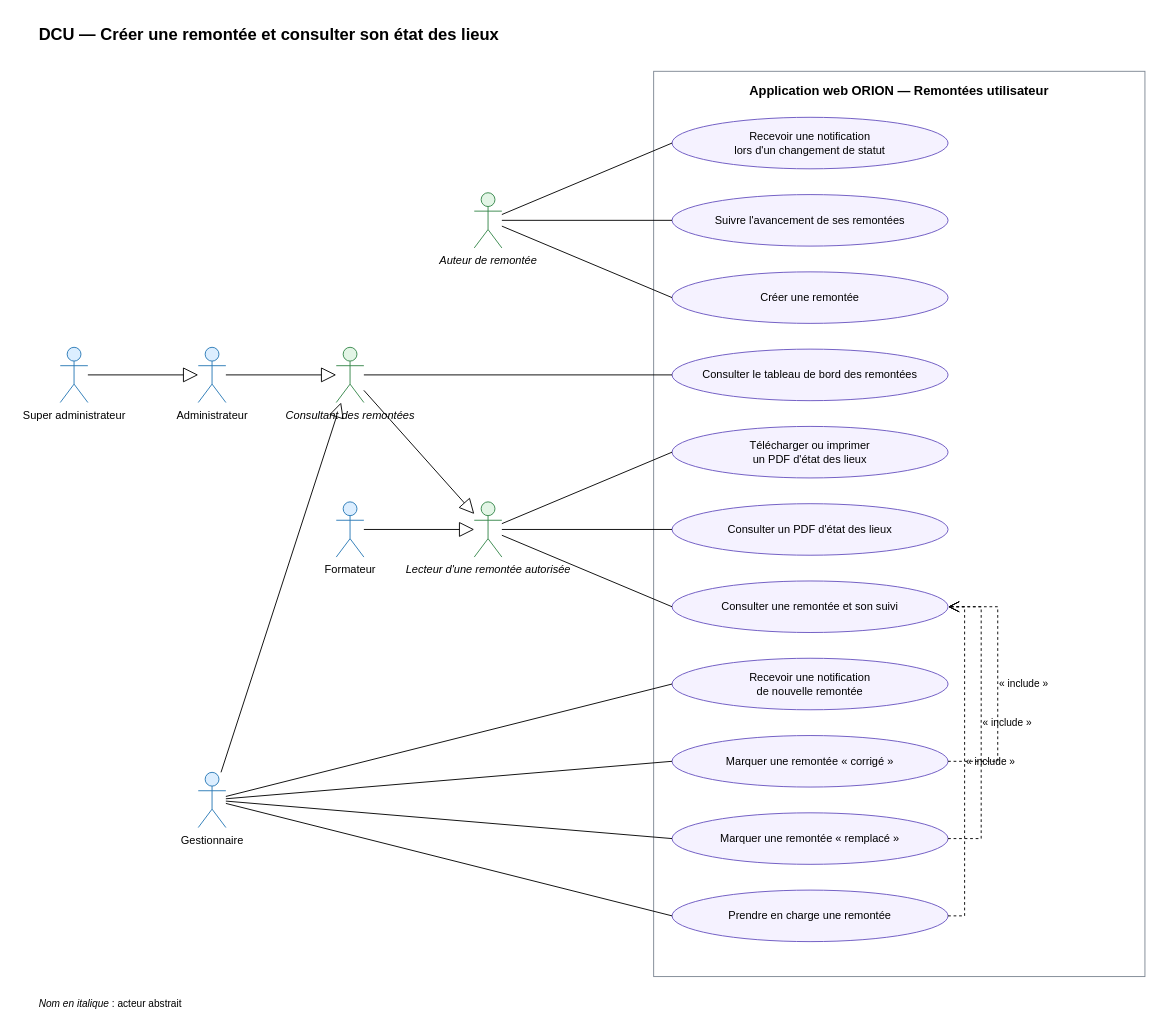
The draw.io diagram docs/02-ANALYSE/02-CAPTURE-DES-BESOINS/06-DCU-REMONTEES-UTILISATEUR.drawio in bpierrelouis/aster, before the edit. Source tidied: cells renumbered, new cells numbered last; positions are measured from the earlier drawing's top-left corner, leaving out a move shared by most shapes. Both pictures are drawn from the tidied source at 92%, with x=0, y=0 at pixel (37, 20).
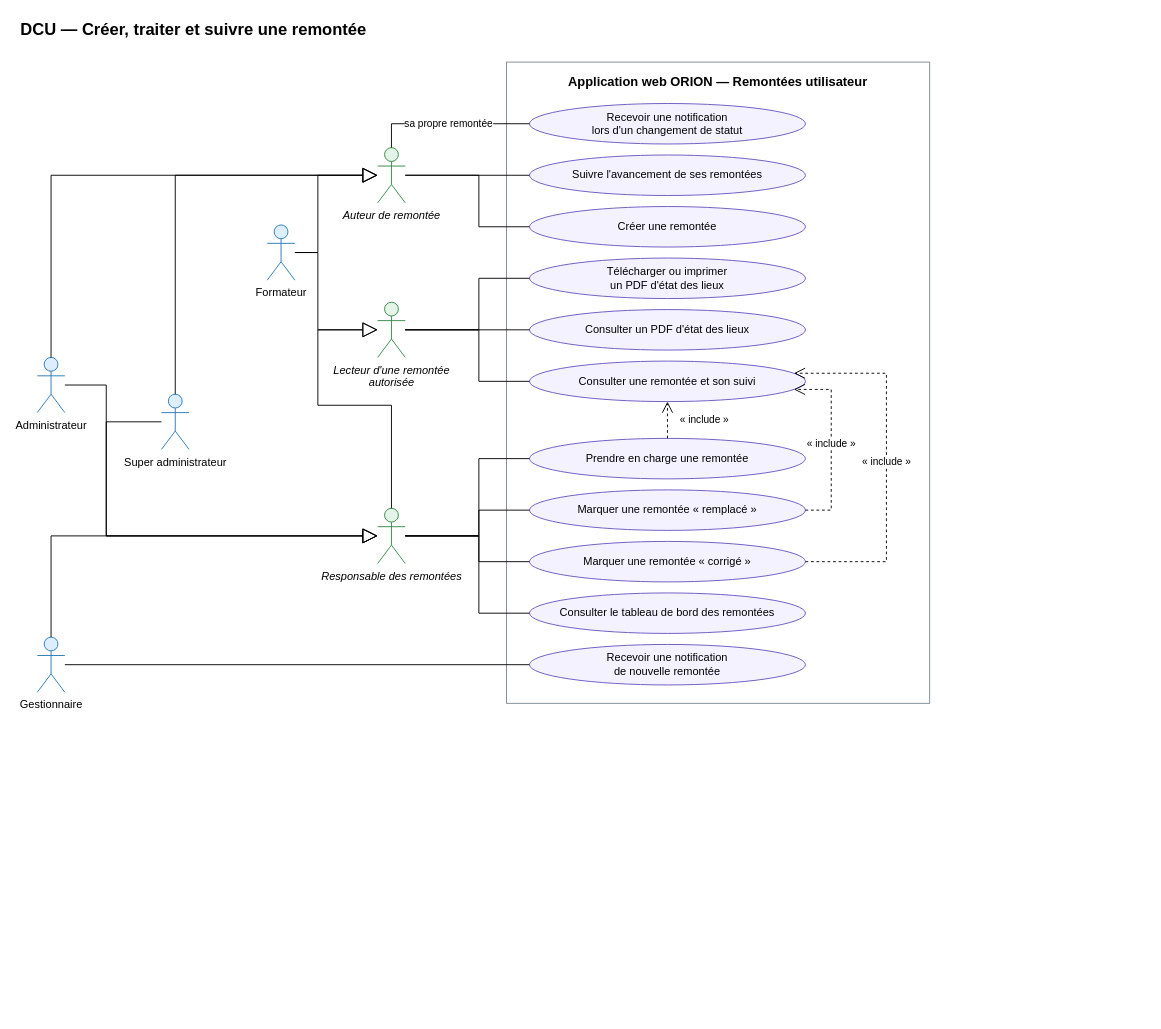
The same diagram, later.

The edit, as a diff of the source:
```diff
@@
-    <mxCell id="2" value="DCU — Créer une remontée et consulter son état des lieux" style="text;html=1;align=left;verticalAlign=middle;strokeColor=none;fillColor=none;fontSize=18;fontStyle=1;" parent="1" vertex="1">
-      <mxGeometry width="616" height="30" as="geometry" />
+    <mxCell id="2" value="DCU — Créer, traiter et suivre une remontée" style="text;html=1;align=left;verticalAlign=middle;strokeColor=none;fillColor=none;fontSize=18;fontStyle=1;" parent="1" vertex="1">
+      <mxGeometry x="-20" y="-5" width="700" height="30" as="geometry" />
     </mxCell>
     <mxCell id="3" value="Application web ORION — Remontées utilisateur" style="rounded=0;whiteSpace=wrap;html=1;verticalAlign=top;fontStyle=1;fontSize=14;fillColor=none;strokeColor=#7D8793;spacingTop=6;" parent="1" vertex="1">
-      <mxGeometry x="670" y="55" width="534" height="984" as="geometry" />
+      <mxGeometry x="510" y="45" width="460" height="697" as="geometry" />
     </mxCell>
+    <mxCell id="13" value="Recevoir une notification&lt;br&gt;lors d'un changement de statut" style="ellipse;whiteSpace=wrap;html=1;fontSize=12;fillColor=#F5F2FF;strokeColor=#6954C0;" parent="3" vertex="1">
+      <mxGeometry x="25" y="45" width="300" height="44" as="geometry" />
+    </mxCell>
+    <mxCell id="5" value="Suivre l'avancement de ses remontées" style="ellipse;whiteSpace=wrap;html=1;fontSize=12;fillColor=#F5F2FF;strokeColor=#6954C0;" parent="3" vertex="1">
+      <mxGeometry x="25" y="101" width="300" height="44" as="geometry" />
+    </mxCell>
     <mxCell id="4" value="Créer une remontée" style="ellipse;whiteSpace=wrap;html=1;fontSize=12;fillColor=#F5F2FF;strokeColor=#6954C0;" parent="3" vertex="1">
-      <mxGeometry x="20" y="218" width="300" height="56" as="geometry" />
+      <mxGeometry x="25" y="157" width="300" height="44" as="geometry" />
     </mxCell>
-    <mxCell id="5" value="Suivre l'avancement de ses remontées" style="ellipse;whiteSpace=wrap;html=1;fontSize=12;fillColor=#F5F2FF;strokeColor=#6954C0;" parent="3" vertex="1">
-      <mxGeometry x="20" y="134" width="300" height="56" as="geometry" />
-    </mxCell>
+    <mxCell id="8" value="Télécharger ou imprimer&lt;br&gt;un PDF d'état des lieux" style="ellipse;whiteSpace=wrap;html=1;fontSize=12;fillColor=#F5F2FF;strokeColor=#6954C0;" parent="3" vertex="1">
+      <mxGeometry x="25" y="213" width="300" height="44" as="geometry" />
+    </mxCell>
+    <mxCell id="7" value="Consulter un PDF d'état des lieux" style="ellipse;whiteSpace=wrap;html=1;fontSize=12;fillColor=#F5F2FF;strokeColor=#6954C0;" parent="3" vertex="1">
+      <mxGeometry x="25" y="269" width="300" height="44" as="geometry" />
+    </mxCell>
     <mxCell id="6" value="Consulter une remontée et son suivi" style="ellipse;whiteSpace=wrap;html=1;fontSize=12;fillColor=#F5F2FF;strokeColor=#6954C0;" parent="3" vertex="1">
-      <mxGeometry x="20" y="554" width="300" height="56" as="geometry" />
+      <mxGeometry x="25" y="325" width="300" height="44" as="geometry" />
     </mxCell>
-    <mxCell id="7" value="Consulter un PDF d'état des lieux" style="ellipse;whiteSpace=wrap;html=1;fontSize=12;fillColor=#F5F2FF;strokeColor=#6954C0;" parent="3" vertex="1">
-      <mxGeometry x="20" y="470" width="300" height="56" as="geometry" />
-    </mxCell>
-    <mxCell id="8" value="Télécharger ou imprimer&lt;br&gt;un PDF d'état des lieux" style="ellipse;whiteSpace=wrap;html=1;fontSize=12;fillColor=#F5F2FF;strokeColor=#6954C0;" parent="3" vertex="1">
-      <mxGeometry x="20" y="386" width="300" height="56" as="geometry" />
-    </mxCell>
-    <mxCell id="9" value="Consulter le tableau de bord des remontées" style="ellipse;whiteSpace=wrap;html=1;fontSize=12;fillColor=#F5F2FF;strokeColor=#6954C0;" parent="3" vertex="1">
-      <mxGeometry x="20" y="302" width="300" height="56" as="geometry" />
-    </mxCell>
     <mxCell id="10" value="Prendre en charge une remontée" style="ellipse;whiteSpace=wrap;html=1;fontSize=12;fillColor=#F5F2FF;strokeColor=#6954C0;" parent="3" vertex="1">
-      <mxGeometry x="20" y="890" width="300" height="56" as="geometry" />
+      <mxGeometry x="25" y="409" width="300" height="44" as="geometry" />
     </mxCell>
     <mxCell id="11" value="Marquer une remontée « remplacé »" style="ellipse;whiteSpace=wrap;html=1;fontSize=12;fillColor=#F5F2FF;strokeColor=#6954C0;" parent="3" vertex="1">
-      <mxGeometry x="20" y="806" width="300" height="56" as="geometry" />
+      <mxGeometry x="25" y="465" width="300" height="44" as="geometry" />
     </mxCell>
     <mxCell id="12" value="Marquer une remontée « corrigé »" style="ellipse;whiteSpace=wrap;html=1;fontSize=12;fillColor=#F5F2FF;strokeColor=#6954C0;" parent="3" vertex="1">
-      <mxGeometry x="20" y="722" width="300" height="56" as="geometry" />
+      <mxGeometry x="25" y="521" width="300" height="44" as="geometry" />
     </mxCell>
-    <mxCell id="13" value="Recevoir une notification&lt;br&gt;lors d'un changement de statut" style="ellipse;whiteSpace=wrap;html=1;fontSize=12;fillColor=#F5F2FF;strokeColor=#6954C0;" parent="3" vertex="1">
-      <mxGeometry x="20" y="50" width="300" height="56" as="geometry" />
-    </mxCell>
+    <mxCell id="9" value="Consulter le tableau de bord des remontées" style="ellipse;whiteSpace=wrap;html=1;fontSize=12;fillColor=#F5F2FF;strokeColor=#6954C0;" parent="3" vertex="1">
+      <mxGeometry x="25" y="577" width="300" height="44" as="geometry" />
+    </mxCell>
     <mxCell id="14" value="Recevoir une notification&lt;br&gt;de nouvelle remontée" style="ellipse;whiteSpace=wrap;html=1;fontSize=12;fillColor=#F5F2FF;strokeColor=#6954C0;" parent="3" vertex="1">
-      <mxGeometry x="20" y="638" width="300" height="56" as="geometry" />
+      <mxGeometry x="25" y="633" width="300" height="44" as="geometry" />
     </mxCell>
     <mxCell id="15" value="Auteur de remontée" style="shape=umlActor;verticalLabelPosition=bottom;verticalAlign=top;html=1;outlineConnect=0;fontSize=12;fillColor=#E3F5E6;strokeColor=#35864A;fontStyle=2;" parent="1" vertex="1">
-      <mxGeometry x="475" y="187" width="30" height="60" as="geometry" />
+      <mxGeometry x="370" y="138" width="30" height="60" as="geometry" />
     </mxCell>
-    <mxCell id="16" value="Lecteur d'une remontée autorisée" style="shape=umlActor;verticalLabelPosition=bottom;verticalAlign=top;html=1;outlineConnect=0;fontSize=12;fillColor=#E3F5E6;strokeColor=#35864A;fontStyle=2;" parent="1" vertex="1">
-      <mxGeometry x="475" y="523" width="30" height="60" as="geometry" />
+    <mxCell id="16" value="Lecteur d'une remontée&lt;br&gt;autorisée" style="shape=umlActor;verticalLabelPosition=bottom;verticalAlign=top;html=1;outlineConnect=0;fontSize=12;fillColor=#E3F5E6;strokeColor=#35864A;fontStyle=2;" parent="1" vertex="1">
+      <mxGeometry x="370" y="306" width="30" height="60" as="geometry" />
     </mxCell>
-    <mxCell id="17" value="Consultant des remontées" style="shape=umlActor;verticalLabelPosition=bottom;verticalAlign=top;html=1;outlineConnect=0;fontSize=12;fillColor=#E3F5E6;strokeColor=#35864A;fontStyle=2;" parent="1" vertex="1">
-      <mxGeometry x="325" y="355" width="30" height="60" as="geometry" />
-    </mxCell>
+    <mxCell id="42" value="Responsable des remontées" style="shape=umlActor;verticalLabelPosition=bottom;verticalAlign=top;html=1;outlineConnect=0;fontSize=12;fillColor=#E3F5E6;strokeColor=#35864A;fontStyle=2;" parent="1" vertex="1">
+      <mxGeometry x="370" y="530" width="30" height="60" as="geometry" />
+    </mxCell>
     <mxCell id="18" value="Formateur" style="shape=umlActor;verticalLabelPosition=bottom;verticalAlign=top;html=1;outlineConnect=0;fontSize=12;fillColor=#DCEEFF;strokeColor=#2878B5;" parent="1" vertex="1">
-      <mxGeometry x="325" y="523" width="30" height="60" as="geometry" />
+      <mxGeometry x="250" y="222" width="30" height="60" as="geometry" />
     </mxCell>
     <mxCell id="19" value="Administrateur" style="shape=umlActor;verticalLabelPosition=bottom;verticalAlign=top;html=1;outlineConnect=0;fontSize=12;fillColor=#DCEEFF;strokeColor=#2878B5;" parent="1" vertex="1">
-      <mxGeometry x="175" y="355" width="30" height="60" as="geometry" />
+      <mxGeometry y="366" width="30" height="60" as="geometry" />
     </mxCell>
+    <mxCell id="21" value="Super administrateur" style="shape=umlActor;verticalLabelPosition=bottom;verticalAlign=top;html=1;outlineConnect=0;fontSize=12;fillColor=#DCEEFF;strokeColor=#2878B5;" parent="1" vertex="1">
+      <mxGeometry x="135" y="406" width="30" height="60" as="geometry" />
+    </mxCell>
     <mxCell id="20" value="Gestionnaire" style="shape=umlActor;verticalLabelPosition=bottom;verticalAlign=top;html=1;outlineConnect=0;fontSize=12;fillColor=#DCEEFF;strokeColor=#2878B5;" parent="1" vertex="1">
-      <mxGeometry x="175" y="817" width="30" height="60" as="geometry" />
+      <mxGeometry y="670" width="30" height="60" as="geometry" />
     </mxCell>
-    <mxCell id="21" value="Super administrateur" style="shape=umlActor;verticalLabelPosition=bottom;verticalAlign=top;html=1;outlineConnect=0;fontSize=12;fillColor=#DCEEFF;strokeColor=#2878B5;" parent="1" vertex="1">
-      <mxGeometry x="25" y="355" width="30" height="60" as="geometry" />
-    </mxCell>
+    <mxCell id="43" style="endArrow=block;endFill=0;endSize=14;html=1;rounded=0;edgeStyle=orthogonalEdgeStyle;exitX=1;exitY=0.5;exitDx=0;exitDy=0;entryX=0;entryY=0.5;entryDx=0;entryDy=0;" parent="1" edge="1" source="18" target="15">
+      <mxGeometry relative="1" as="geometry">
+        <Array as="points">
+          <mxPoint x="305" y="252" />
+          <mxPoint x="305" y="168" />
+        </Array>
+      </mxGeometry>
+    </mxCell>
-    <mxCell id="22" style="endArrow=block;endFill=0;endSize=14;html=1;rounded=0;" parent="1" edge="1" source="18" target="16">
-      <mxGeometry relative="1" as="geometry" />
+    <mxCell id="22" style="endArrow=block;endFill=0;endSize=14;html=1;rounded=0;edgeStyle=orthogonalEdgeStyle;exitX=1;exitY=0.5;exitDx=0;exitDy=0;entryX=0;entryY=0.5;entryDx=0;entryDy=0;" parent="1" edge="1" source="18" target="16">
+      <mxGeometry relative="1" as="geometry">
+        <Array as="points">
+          <mxPoint x="305" y="252" />
+          <mxPoint x="305" y="336" />
+        </Array>
+      </mxGeometry>
     </mxCell>
+    <mxCell id="44" style="endArrow=block;endFill=0;endSize=14;html=1;rounded=0;edgeStyle=orthogonalEdgeStyle;exitX=0.5;exitY=0;exitDx=0;exitDy=0;entryX=0;entryY=0.5;entryDx=0;entryDy=0;" parent="1" edge="1" source="19" target="15">
+      <mxGeometry relative="1" as="geometry">
+        <Array as="points">
+          <mxPoint x="15" y="168" />
+        </Array>
+      </mxGeometry>
+    </mxCell>
-    <mxCell id="23" style="endArrow=block;endFill=0;endSize=14;html=1;rounded=0;" parent="1" edge="1" source="19" target="17">
-      <mxGeometry relative="1" as="geometry" />
+    <mxCell id="23" style="endArrow=block;endFill=0;endSize=14;html=1;rounded=0;edgeStyle=orthogonalEdgeStyle;exitX=1;exitY=0.5;exitDx=0;exitDy=0;entryX=0;entryY=0.5;entryDx=0;entryDy=0;" parent="1" edge="1" source="19" target="42">
+      <mxGeometry relative="1" as="geometry">
+        <Array as="points">
+          <mxPoint x="75" y="396" />
+          <mxPoint x="75" y="560" />
+        </Array>
+      </mxGeometry>
     </mxCell>
+    <mxCell id="26" style="endArrow=block;endFill=0;endSize=14;html=1;rounded=0;edgeStyle=orthogonalEdgeStyle;exitX=0.5;exitY=0;exitDx=0;exitDy=0;entryX=0;entryY=0.5;entryDx=0;entryDy=0;" parent="1" edge="1" source="21" target="15">
+      <mxGeometry relative="1" as="geometry">
+        <Array as="points">
+          <mxPoint x="150" y="168" />
+        </Array>
+      </mxGeometry>
+    </mxCell>
+    <mxCell id="45" style="endArrow=block;endFill=0;endSize=14;html=1;rounded=0;edgeStyle=orthogonalEdgeStyle;exitX=0;exitY=0.5;exitDx=0;exitDy=0;entryX=0;entryY=0.5;entryDx=0;entryDy=0;" parent="1" edge="1" source="21" target="42">
+      <mxGeometry relative="1" as="geometry">
+        <Array as="points">
+          <mxPoint x="75" y="436" />
+          <mxPoint x="75" y="560" />
+        </Array>
+      </mxGeometry>
+    </mxCell>
-    <mxCell id="24" style="endArrow=block;endFill=0;endSize=14;html=1;rounded=0;" parent="1" edge="1" source="20" target="17">
-      <mxGeometry relative="1" as="geometry" />
+    <mxCell id="24" style="endArrow=block;endFill=0;endSize=14;html=1;rounded=0;edgeStyle=orthogonalEdgeStyle;exitX=0.5;exitY=0;exitDx=0;exitDy=0;entryX=0;entryY=0.5;entryDx=0;entryDy=0;" parent="1" edge="1" source="20" target="42">
+      <mxGeometry relative="1" as="geometry">
+        <Array as="points">
+          <mxPoint x="15" y="560" />
+        </Array>
+      </mxGeometry>
     </mxCell>
-    <mxCell id="25" style="endArrow=block;endFill=0;endSize=14;html=1;rounded=0;" parent="1" edge="1" source="17" target="16">
-      <mxGeometry relative="1" as="geometry" />
+    <mxCell id="25" style="endArrow=block;endFill=0;endSize=14;html=1;rounded=0;edgeStyle=orthogonalEdgeStyle;exitX=0.5;exitY=0;exitDx=0;exitDy=0;entryX=0;entryY=0.5;entryDx=0;entryDy=0;" parent="1" edge="1" source="42" target="16">
+      <mxGeometry relative="1" as="geometry">
+        <Array as="points">
+          <mxPoint x="385" y="418" />
+          <mxPoint x="305" y="418" />
+          <mxPoint x="305" y="336" />
+        </Array>
+      </mxGeometry>
     </mxCell>
-    <mxCell id="26" style="endArrow=block;endFill=0;endSize=14;html=1;rounded=0;" parent="1" edge="1" source="21" target="19">
-      <mxGeometry relative="1" as="geometry" />
-    </mxCell>
-    <mxCell id="27" style="endArrow=none;html=1;rounded=0;entryX=0;entryY=0.5;entryDx=0;entryDy=0;" parent="1" edge="1" source="15" target="4">
-      <mxGeometry relative="1" as="geometry" />
+    <mxCell id="27" style="endArrow=none;html=1;rounded=0;edgeStyle=orthogonalEdgeStyle;fontSize=11;labelBackgroundColor=#ffffff;exitX=1;exitY=0.5;exitDx=0;exitDy=0;entryX=0;entryY=0.5;entryDx=0;entryDy=0;" parent="1" edge="1" source="15" target="4">
+      <mxGeometry relative="1" as="geometry">
+        <Array as="points">
+          <mxPoint x="480" y="168" />
+          <mxPoint x="480" y="224" />
+        </Array>
+      </mxGeometry>
     </mxCell>
-    <mxCell id="28" style="endArrow=none;html=1;rounded=0;entryX=0;entryY=0.5;entryDx=0;entryDy=0;" parent="1" edge="1" source="15" target="5">
+    <mxCell id="28" style="endArrow=none;html=1;rounded=0;edgeStyle=orthogonalEdgeStyle;fontSize=11;labelBackgroundColor=#ffffff;exitX=1;exitY=0.5;exitDx=0;exitDy=0;entryX=0;entryY=0.5;entryDx=0;entryDy=0;" parent="1" edge="1" source="15" target="5">
       <mxGeometry relative="1" as="geometry" />
     </mxCell>
+    <mxCell id="36" value="sa propre remontée" style="endArrow=none;html=1;rounded=0;edgeStyle=orthogonalEdgeStyle;fontSize=11;labelBackgroundColor=#ffffff;exitX=0.5;exitY=0;exitDx=0;exitDy=0;entryX=0;entryY=0.5;entryDx=0;entryDy=0;" parent="1" edge="1" source="15" target="13">
+      <mxGeometry relative="1" as="geometry">
+        <Array as="points">
+          <mxPoint x="385" y="112" />
+        </Array>
+      </mxGeometry>
+    </mxCell>
-    <mxCell id="29" style="endArrow=none;html=1;rounded=0;entryX=0;entryY=0.5;entryDx=0;entryDy=0;" parent="1" edge="1" source="16" target="6">
-      <mxGeometry relative="1" as="geometry" />
+    <mxCell id="29" style="endArrow=none;html=1;rounded=0;edgeStyle=orthogonalEdgeStyle;fontSize=11;labelBackgroundColor=#ffffff;exitX=1;exitY=0.5;exitDx=0;exitDy=0;entryX=0;entryY=0.5;entryDx=0;entryDy=0;" parent="1" edge="1" source="16" target="6">
+      <mxGeometry relative="1" as="geometry">
+        <Array as="points">
+          <mxPoint x="480" y="336" />
+          <mxPoint x="480" y="392" />
+        </Array>
+      </mxGeometry>
     </mxCell>
-    <mxCell id="30" style="endArrow=none;html=1;rounded=0;entryX=0;entryY=0.5;entryDx=0;entryDy=0;" parent="1" edge="1" source="16" target="7">
-      <mxGeometry relative="1" as="geometry" />
+    <mxCell id="30" style="endArrow=none;html=1;rounded=0;edgeStyle=orthogonalEdgeStyle;fontSize=11;labelBackgroundColor=#ffffff;exitX=1;exitY=0.5;exitDx=0;exitDy=0;entryX=0;entryY=0.5;entryDx=0;entryDy=0;" parent="1" edge="1" source="16" target="7">
+      <mxGeometry relative="1" as="geometry">
+        <Array as="points">
+          <mxPoint x="480" y="336" />
+          <mxPoint x="480" y="336" />
+        </Array>
+      </mxGeometry>
     </mxCell>
-    <mxCell id="31" style="endArrow=none;html=1;rounded=0;entryX=0;entryY=0.5;entryDx=0;entryDy=0;" parent="1" edge="1" source="16" target="8">
-      <mxGeometry relative="1" as="geometry" />
+    <mxCell id="31" style="endArrow=none;html=1;rounded=0;edgeStyle=orthogonalEdgeStyle;fontSize=11;labelBackgroundColor=#ffffff;exitX=1;exitY=0.5;exitDx=0;exitDy=0;entryX=0;entryY=0.5;entryDx=0;entryDy=0;" parent="1" edge="1" source="16" target="8">
+      <mxGeometry relative="1" as="geometry">
+        <Array as="points">
+          <mxPoint x="480" y="336" />
+          <mxPoint x="480" y="280" />
+        </Array>
+      </mxGeometry>
     </mxCell>
-    <mxCell id="32" style="endArrow=none;html=1;rounded=0;entryX=0;entryY=0.5;entryDx=0;entryDy=0;" parent="1" edge="1" source="17" target="9">
-      <mxGeometry relative="1" as="geometry" />
+    <mxCell id="32" style="endArrow=none;html=1;rounded=0;edgeStyle=orthogonalEdgeStyle;fontSize=11;labelBackgroundColor=#ffffff;exitX=1;exitY=0.5;exitDx=0;exitDy=0;entryX=0;entryY=0.5;entryDx=0;entryDy=0;" parent="1" edge="1" source="42" target="9">
+      <mxGeometry relative="1" as="geometry">
+        <Array as="points">
+          <mxPoint x="480" y="560" />
+          <mxPoint x="480" y="644" />
+        </Array>
+      </mxGeometry>
     </mxCell>
-    <mxCell id="33" style="endArrow=none;html=1;rounded=0;entryX=0;entryY=0.5;entryDx=0;entryDy=0;" parent="1" edge="1" source="20" target="10">
-      <mxGeometry relative="1" as="geometry" />
+    <mxCell id="33" style="endArrow=none;html=1;rounded=0;edgeStyle=orthogonalEdgeStyle;fontSize=11;labelBackgroundColor=#ffffff;exitX=1;exitY=0.5;exitDx=0;exitDy=0;entryX=0;entryY=0.5;entryDx=0;entryDy=0;" parent="1" edge="1" source="42" target="10">
+      <mxGeometry relative="1" as="geometry">
+        <Array as="points">
+          <mxPoint x="480" y="560" />
+          <mxPoint x="480" y="476" />
+        </Array>
+      </mxGeometry>
     </mxCell>
-    <mxCell id="34" style="endArrow=none;html=1;rounded=0;entryX=0;entryY=0.5;entryDx=0;entryDy=0;" parent="1" edge="1" source="20" target="11">
-      <mxGeometry relative="1" as="geometry" />
+    <mxCell id="34" style="endArrow=none;html=1;rounded=0;edgeStyle=orthogonalEdgeStyle;fontSize=11;labelBackgroundColor=#ffffff;exitX=1;exitY=0.5;exitDx=0;exitDy=0;entryX=0;entryY=0.5;entryDx=0;entryDy=0;" parent="1" edge="1" source="42" target="11">
+      <mxGeometry relative="1" as="geometry">
+        <Array as="points">
+          <mxPoint x="480" y="560" />
+          <mxPoint x="480" y="532" />
+        </Array>
+      </mxGeometry>
     </mxCell>
-    <mxCell id="35" style="endArrow=none;html=1;rounded=0;entryX=0;entryY=0.5;entryDx=0;entryDy=0;" parent="1" edge="1" source="20" target="12">
-      <mxGeometry relative="1" as="geometry" />
+    <mxCell id="35" style="endArrow=none;html=1;rounded=0;edgeStyle=orthogonalEdgeStyle;fontSize=11;labelBackgroundColor=#ffffff;exitX=1;exitY=0.5;exitDx=0;exitDy=0;entryX=0;entryY=0.5;entryDx=0;entryDy=0;" parent="1" edge="1" source="42" target="12">
+      <mxGeometry relative="1" as="geometry">
+        <Array as="points">
+          <mxPoint x="480" y="560" />
+          <mxPoint x="480" y="588" />
+        </Array>
+      </mxGeometry>
     </mxCell>
-    <mxCell id="36" style="endArrow=none;html=1;rounded=0;entryX=0;entryY=0.5;entryDx=0;entryDy=0;" parent="1" edge="1" source="15" target="13">
-      <mxGeometry relative="1" as="geometry" />
-    </mxCell>
-    <mxCell id="37" style="endArrow=none;html=1;rounded=0;entryX=0;entryY=0.5;entryDx=0;entryDy=0;" parent="1" edge="1" source="20" target="14">
+    <mxCell id="37" style="endArrow=none;html=1;rounded=0;edgeStyle=orthogonalEdgeStyle;fontSize=11;labelBackgroundColor=#ffffff;exitX=1;exitY=0.5;exitDx=0;exitDy=0;entryX=0;entryY=0.5;entryDx=0;entryDy=0;" parent="1" edge="1" source="20" target="14">
       <mxGeometry relative="1" as="geometry" />
     </mxCell>
-    <mxCell id="38" value="« include »" style="endArrow=open;endSize=10;dashed=1;html=1;rounded=0;fontSize=11;labelBackgroundColor=#ffffff;edgeStyle=orthogonalEdgeStyle;exitX=1;exitY=0.5;entryX=1;entryY=0.5;labelPosition=right;align=left;" parent="3" edge="1" source="10" target="6">
+    <mxCell id="38" value="« include »" style="endArrow=open;endSize=10;dashed=1;html=1;rounded=0;fontSize=11;labelBackgroundColor=#ffffff;edgeStyle=orthogonalEdgeStyle;exitX=0.5;exitY=0;exitDx=0;exitDy=0;entryX=0.5;entryY=1;entryDx=0;entryDy=0;" parent="1" edge="1" source="10" target="6">
       <mxGeometry relative="1" as="geometry">
-        <Array as="points">
-          <mxPoint x="338" y="918" />
-          <mxPoint x="338" y="582" />
-        </Array>
+        <mxPoint x="40" as="offset" />
       </mxGeometry>
     </mxCell>
-    <mxCell id="39" value="« include »" style="endArrow=open;endSize=10;dashed=1;html=1;rounded=0;fontSize=11;labelBackgroundColor=#ffffff;edgeStyle=orthogonalEdgeStyle;exitX=1;exitY=0.5;entryX=1;entryY=0.5;labelPosition=right;align=left;" parent="3" edge="1" source="11" target="6">
+    <mxCell id="39" value="« include »" style="endArrow=open;endSize=10;dashed=1;html=1;rounded=0;fontSize=11;labelBackgroundColor=#ffffff;edgeStyle=orthogonalEdgeStyle;exitX=1;exitY=0.5;exitDx=0;exitDy=0;entryX=0.9583;entryY=0.7;entryDx=0;entryDy=0;entryPerimeter=0;" parent="1" edge="1" source="11" target="6">
       <mxGeometry relative="1" as="geometry">
         <Array as="points">
-          <mxPoint x="356" y="834" />
-          <mxPoint x="356" y="582" />
+          <mxPoint x="863" y="532" />
+          <mxPoint x="863" y="400.8" />
         </Array>
       </mxGeometry>
     </mxCell>
-    <mxCell id="40" value="« include »" style="endArrow=open;endSize=10;dashed=1;html=1;rounded=0;fontSize=11;labelBackgroundColor=#ffffff;edgeStyle=orthogonalEdgeStyle;exitX=1;exitY=0.5;entryX=1;entryY=0.5;labelPosition=right;align=left;" parent="3" edge="1" source="12" target="6">
+    <mxCell id="40" value="« include »" style="endArrow=open;endSize=10;dashed=1;html=1;rounded=0;fontSize=11;labelBackgroundColor=#ffffff;edgeStyle=orthogonalEdgeStyle;exitX=1;exitY=0.5;exitDx=0;exitDy=0;entryX=0.9583;entryY=0.3;entryDx=0;entryDy=0;entryPerimeter=0;" parent="1" edge="1" source="12" target="6">
       <mxGeometry relative="1" as="geometry">
         <Array as="points">
-          <mxPoint x="374" y="750" />
-          <mxPoint x="374" y="582" />
+          <mxPoint x="923" y="588" />
+          <mxPoint x="923" y="383.2" />
         </Array>
       </mxGeometry>
     </mxCell>
-    <mxCell id="41" value="&lt;i&gt;Nom en italique&lt;/i&gt; : acteur abstrait" style="text;html=1;align=left;verticalAlign=middle;strokeColor=none;fillColor=none;fontSize=11;" parent="1" vertex="1">
-      <mxGeometry y="1059" width="300" height="20" as="geometry" />
-    </mxCell>
```
